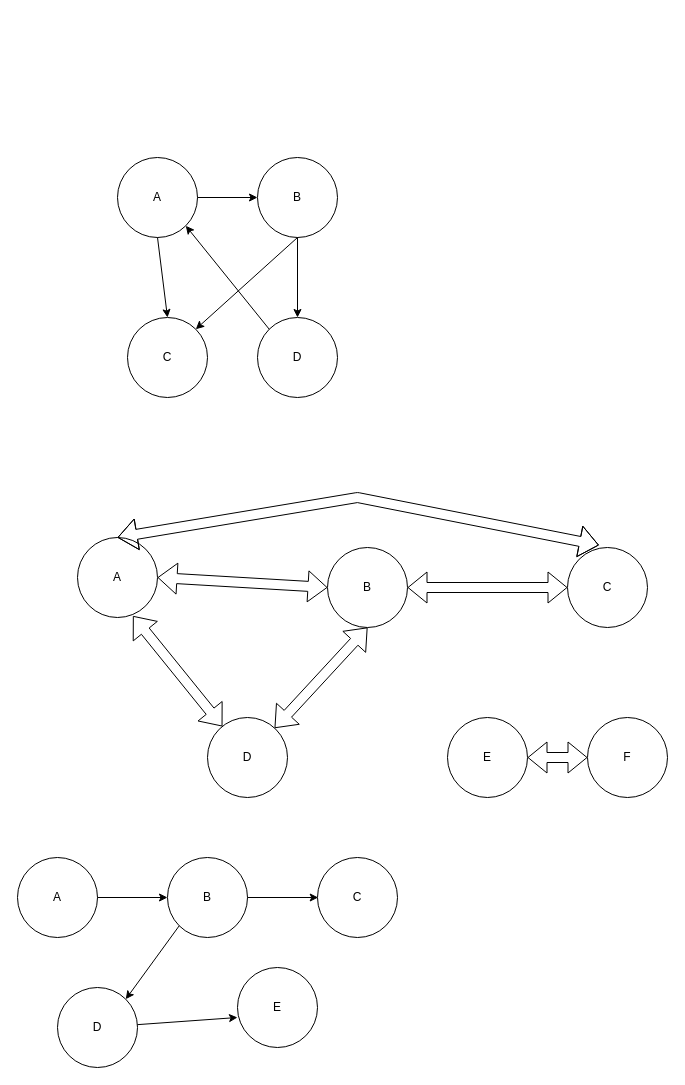
This is graph.drawio from h43lb1t0/GoLang-Graph-Impl, a draw.io file, before an edit. Source tidied: cells renumbered, new cells numbered last; positions are measured from the earlier drawing's top-left corner, leaving out a move shared by most shapes. Both pictures are drawn from the tidied source at 100%, with x=0, y=0 at pixel (17, 157).
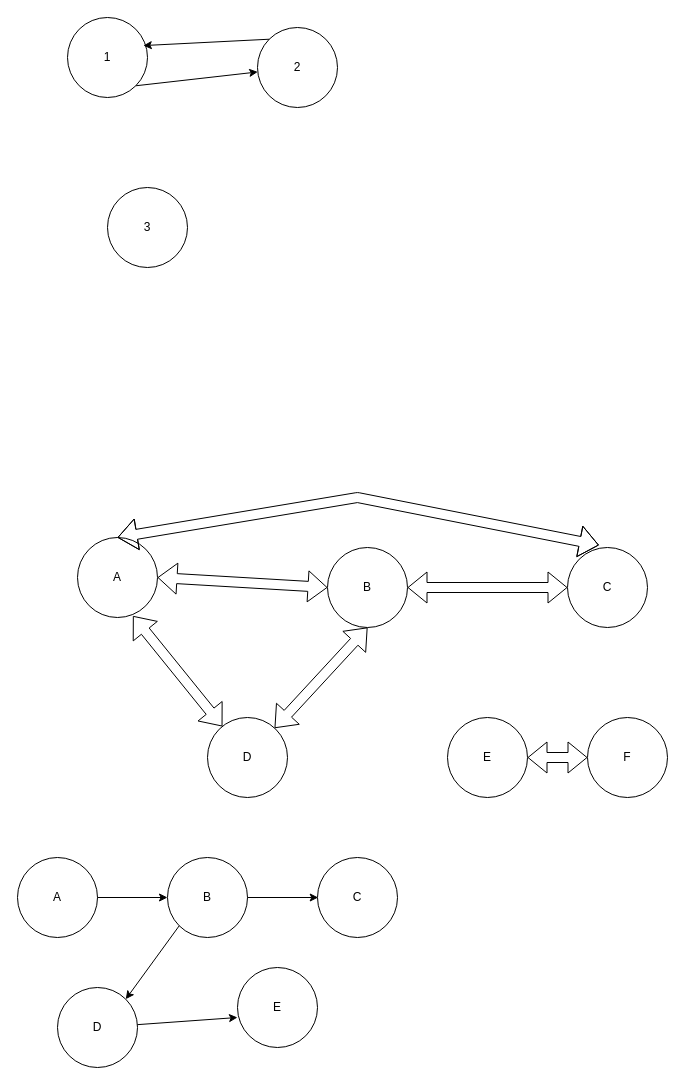
Above is the later version.

Commit message (it also covers changes not shown here):
Fixed Dijkstra and added doc comments for graph

What changed in the source:
```diff
@@
-    <mxCell id="2" value="A" style="ellipse;whiteSpace=wrap;html=1;" parent="1" vertex="1">
-      <mxGeometry x="100" width="80" height="80" as="geometry" />
-    </mxCell>
-    <mxCell id="3" value="B" style="ellipse;whiteSpace=wrap;html=1;" parent="1" vertex="1">
-      <mxGeometry x="240" width="80" height="80" as="geometry" />
-    </mxCell>
-    <mxCell id="4" value="C" style="ellipse;whiteSpace=wrap;html=1;" parent="1" vertex="1">
-      <mxGeometry x="110" y="160" width="80" height="80" as="geometry" />
-    </mxCell>
-    <mxCell id="5" value="D" style="ellipse;whiteSpace=wrap;html=1;" parent="1" vertex="1">
-      <mxGeometry x="240" y="160" width="80" height="80" as="geometry" />
-    </mxCell>
-    <mxCell id="6" style="endArrow=classic;html=1;exitX=1;exitY=0.5;exitDx=0;exitDy=0;entryX=0;entryY=0.5;entryDx=0;entryDy=0;" parent="1" edge="1" source="2" target="3">
-      <mxGeometry relative="1" as="geometry" />
-    </mxCell>
-    <mxCell id="7" style="endArrow=classic;html=1;exitX=0.5;exitY=1;exitDx=0;exitDy=0;entryX=0.5;entryY=0;entryDx=0;entryDy=0;" parent="1" edge="1" source="2" target="4">
-      <mxGeometry relative="1" as="geometry" />
-    </mxCell>
-    <mxCell id="8" style="endArrow=classic;html=1;exitX=0;exitY=0;exitDx=0;exitDy=0;entryX=1;entryY=1;entryDx=0;entryDy=0;" parent="1" edge="1" source="5" target="2">
-      <mxGeometry relative="1" as="geometry" />
-    </mxCell>
-    <mxCell id="9" style="endArrow=classic;html=1;exitX=0.5;exitY=1;exitDx=0;exitDy=0;entryX=1;entryY=0;entryDx=0;entryDy=0;" parent="1" edge="1" source="3" target="4">
-      <mxGeometry relative="1" as="geometry" />
-    </mxCell>
-    <mxCell id="10" style="endArrow=classic;html=1;exitX=0.5;exitY=1;exitDx=0;exitDy=0;entryX=0.5;entryY=0;entryDx=0;entryDy=0;" parent="1" edge="1" source="3" target="5">
-      <mxGeometry relative="1" as="geometry" />
-    </mxCell>
@@
+    <mxCell id="32" style="edgeStyle=none;html=1;exitX=1;exitY=1;exitDx=0;exitDy=0;" parent="1" edge="1" source="33" target="35">
+      <mxGeometry relative="1" as="geometry" />
+    </mxCell>
+    <mxCell id="33" value="1" style="ellipse;whiteSpace=wrap;html=1;" parent="1" vertex="1">
+      <mxGeometry x="50" y="-140" width="80" height="80" as="geometry" />
+    </mxCell>
+    <mxCell id="34" value="3" style="ellipse;whiteSpace=wrap;html=1;" parent="1" vertex="1">
+      <mxGeometry x="90" y="30" width="80" height="80" as="geometry" />
+    </mxCell>
+    <mxCell id="35" value="2" style="ellipse;whiteSpace=wrap;html=1;" parent="1" vertex="1">
+      <mxGeometry x="240" y="-130" width="80" height="80" as="geometry" />
+    </mxCell>
+    <mxCell id="36" style="edgeStyle=none;html=1;exitX=0;exitY=0;exitDx=0;exitDy=0;entryX=0.948;entryY=0.351;entryDx=0;entryDy=0;entryPerimeter=0;" parent="1" edge="1" source="35" target="33">
+      <mxGeometry relative="1" as="geometry" />
+    </mxCell>
```
